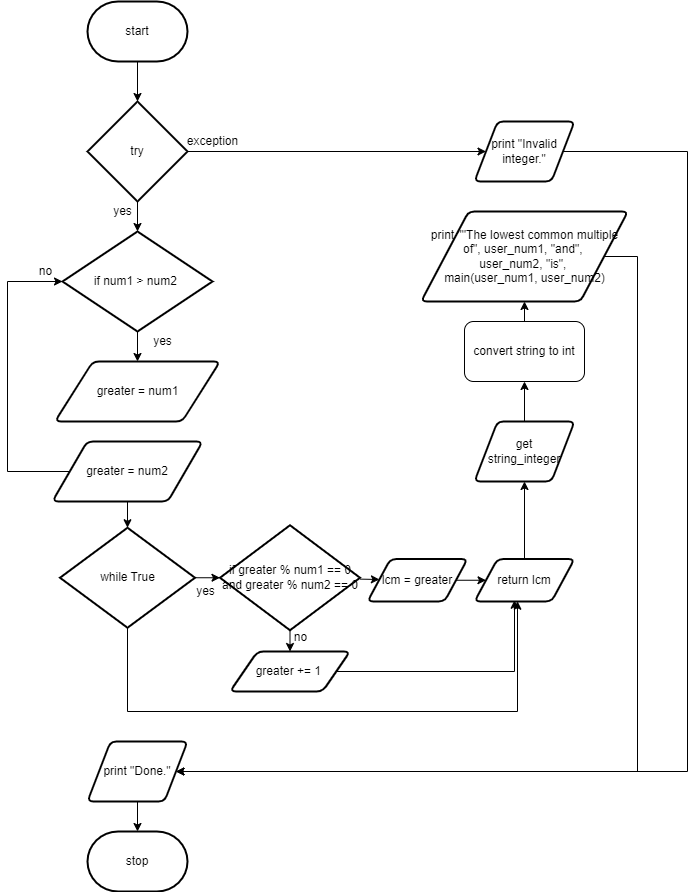
Above: design/flowchart.png in zaida-hammmel2108/ICS3U-Assignment-5-Python (draw.io), before the change. Source tidied: cells renumbered, new cells last; positions are measured from the earlier drawing's top-left corner, leaving out a move shared by most shapes.
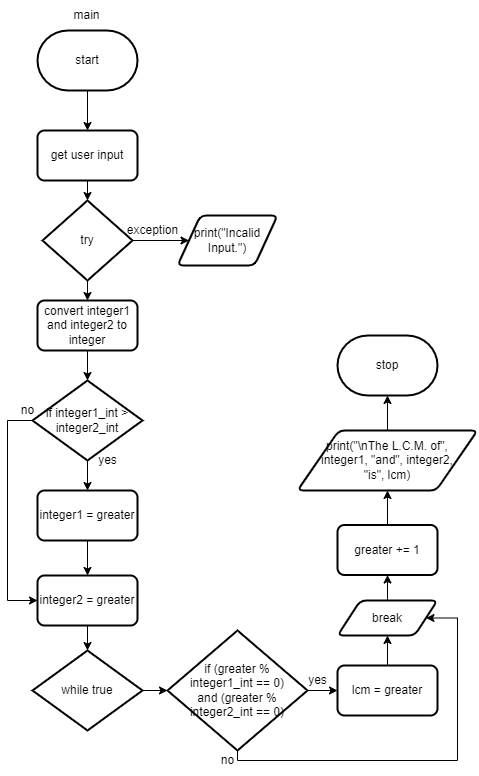
Above is the later version.

What changed in the source:
```diff
@@ -16,139 +16,125 @@
         <mxPoint x="255" y="440" as="targetPoint" />
       </mxGeometry>
     </mxCell>
-    <mxCell id="5" style="edgeStyle=orthogonalEdgeStyle;rounded=0;html=1;" parent="1" edge="1" source="6" target="11">
-      <mxGeometry relative="1" as="geometry" />
-    </mxCell>
-    <mxCell id="6" value="get &lt;br&gt;string_integer" style="shape=parallelogram;html=1;strokeWidth=2;perimeter=parallelogramPerimeter;whiteSpace=wrap;rounded=1;arcSize=12;size=0.23;" parent="1" vertex="1">
-      <mxGeometry x="467" y="420" width="100" height="60" as="geometry" />
-    </mxCell>
-    <mxCell id="7" style="edgeStyle=orthogonalEdgeStyle;rounded=0;html=1;" parent="1" edge="1" source="9" target="14">
-      <mxGeometry relative="1" as="geometry" />
-    </mxCell>
-    <mxCell id="8" style="edgeStyle=orthogonalEdgeStyle;rounded=0;html=1;entryX=0.5;entryY=0;entryDx=0;entryDy=0;entryPerimeter=0;" parent="1" edge="1" source="9" target="20">
-      <mxGeometry relative="1" as="geometry" />
-    </mxCell>
+    <mxCell id="43" style="edgeStyle=none;html=1;" parent="1" edge="1" source="44" target="9">
+      <mxGeometry relative="1" as="geometry" />
+    </mxCell>
+    <mxCell id="44" value="get user input" style="rounded=1;whiteSpace=wrap;html=1;absoluteArcSize=1;arcSize=14;strokeWidth=2;" parent="1" vertex="1">
+      <mxGeometry x="80" y="100" width="100" height="50" as="geometry" />
+    </mxCell>
+    <mxCell id="45" style="edgeStyle=none;html=1;" parent="1" edge="1" source="9" target="47">
+      <mxGeometry relative="1" as="geometry" />
+    </mxCell>
+    <mxCell id="46" style="edgeStyle=none;html=1;" parent="1" edge="1" source="9" target="49">
+      <mxGeometry relative="1" as="geometry" />
+    </mxCell>
     <mxCell id="9" value="try" style="strokeWidth=2;html=1;shape=mxgraph.flowchart.decision;whiteSpace=wrap;" parent="1" vertex="1">
-      <mxGeometry x="80" y="100" width="100" height="100" as="geometry" />
+      <mxGeometry x="85" y="170" width="90" height="80" as="geometry" />
     </mxCell>
-    <mxCell id="10" style="edgeStyle=orthogonalEdgeStyle;rounded=0;html=1;entryX=0.5;entryY=1;entryDx=0;entryDy=0;" parent="1" edge="1" source="11" target="40">
-      <mxGeometry relative="1" as="geometry" />
-    </mxCell>
-    <mxCell id="11" value="convert string to int" style="rounded=1;whiteSpace=wrap;html=1;" parent="1" vertex="1">
-      <mxGeometry x="457" y="320" width="120" height="60" as="geometry" />
-    </mxCell>
-    <mxCell id="12" value="yes" style="text;html=1;align=center;verticalAlign=middle;strokeColor=none;fillColor=none;" parent="1" vertex="1">
-      <mxGeometry x="100" y="200" width="30" height="20" as="geometry" />
-    </mxCell>
-    <mxCell id="13" style="edgeStyle=orthogonalEdgeStyle;rounded=0;html=1;entryX=1;entryY=0.5;entryDx=0;entryDy=0;" parent="1" edge="1" source="14" target="42">
-      <mxGeometry relative="1" as="geometry">
-        <Array as="points">
-          <mxPoint x="680" y="150" />
-          <mxPoint x="680" y="770" />
-        </Array>
-      </mxGeometry>
-    </mxCell>
-    <mxCell id="14" value="print &quot;Invalid integer.&quot;" style="shape=parallelogram;html=1;strokeWidth=2;perimeter=parallelogramPerimeter;whiteSpace=wrap;rounded=1;arcSize=12;size=0.23;" parent="1" vertex="1">
-      <mxGeometry x="467" y="120" width="100" height="60" as="geometry" />
-    </mxCell>
+    <mxCell id="47" value="print(&quot;Incalid Input.&quot;)" style="shape=parallelogram;html=1;strokeWidth=2;perimeter=parallelogramPerimeter;whiteSpace=wrap;rounded=1;arcSize=12;size=0.23;" parent="1" vertex="1">
+      <mxGeometry x="220" y="185" width="100" height="50" as="geometry" />
+    </mxCell>
     <mxCell id="15" value="exception" style="text;html=1;align=center;verticalAlign=middle;strokeColor=none;fillColor=none;" parent="1" vertex="1">
-      <mxGeometry x="170" y="130" width="70" height="20" as="geometry" />
+      <mxGeometry x="160" y="185" width="70" height="30" as="geometry" />
     </mxCell>
-    <mxCell id="16" style="edgeStyle=orthogonalEdgeStyle;html=1;entryX=0;entryY=0.5;entryDx=0;entryDy=0;rounded=0;entryPerimeter=0;" parent="1" edge="1" source="24" target="20">
-      <mxGeometry relative="1" as="geometry">
-        <Array as="points">
-          <mxPoint y="470" />
-          <mxPoint y="280" />
-        </Array>
-      </mxGeometry>
-    </mxCell>
-    <mxCell id="17" value="greater = num1" style="shape=parallelogram;html=1;strokeWidth=2;perimeter=parallelogramPerimeter;whiteSpace=wrap;rounded=1;arcSize=12;size=0.23;" parent="1" vertex="1">
-      <mxGeometry x="47.5" y="360" width="165" height="60" as="geometry" />
-    </mxCell>
-    <mxCell id="18" value="yes" style="text;html=1;align=center;verticalAlign=middle;strokeColor=none;fillColor=none;" parent="1" vertex="1">
-      <mxGeometry x="140" y="330" width="30" height="20" as="geometry" />
-    </mxCell>
-    <mxCell id="19" style="edgeStyle=none;html=1;" parent="1" edge="1" source="20" target="17">
-      <mxGeometry relative="1" as="geometry" />
-    </mxCell>
-    <mxCell id="20" value="if num1 &amp;gt; num2&amp;nbsp;" style="strokeWidth=2;html=1;shape=mxgraph.flowchart.decision;whiteSpace=wrap;" parent="1" vertex="1">
-      <mxGeometry x="55" y="230" width="150" height="100" as="geometry" />
-    </mxCell>
+    <mxCell id="48" style="edgeStyle=none;html=1;" parent="1" edge="1" source="49" target="52">
+      <mxGeometry relative="1" as="geometry" />
+    </mxCell>
+    <mxCell id="49" value="convert integer1 and integer2 to integer" style="rounded=1;whiteSpace=wrap;html=1;absoluteArcSize=1;arcSize=14;strokeWidth=2;" parent="1" vertex="1">
+      <mxGeometry x="80" y="270" width="100" height="50" as="geometry" />
+    </mxCell>
+    <mxCell id="50" style="edgeStyle=none;html=1;" parent="1" edge="1" source="52" target="56">
+      <mxGeometry relative="1" as="geometry" />
+    </mxCell>
+    <mxCell id="51" style="edgeStyle=orthogonalEdgeStyle;html=1;entryX=0;entryY=0.5;entryDx=0;entryDy=0;rounded=0;" parent="1" edge="1" source="52" target="54">
+      <mxGeometry relative="1" as="geometry">
+        <Array as="points">
+          <mxPoint x="50" y="390" />
+          <mxPoint x="50" y="570" />
+        </Array>
+      </mxGeometry>
+    </mxCell>
+    <mxCell id="52" value="if integer1_int &amp;gt; integer2_int" style="strokeWidth=2;html=1;shape=mxgraph.flowchart.decision;whiteSpace=wrap;" parent="1" vertex="1">
+      <mxGeometry x="75" y="350" width="110" height="80" as="geometry" />
+    </mxCell>
+    <mxCell id="53" style="edgeStyle=orthogonalEdgeStyle;rounded=0;html=1;entryX=0.5;entryY=0;entryDx=0;entryDy=0;entryPerimeter=0;" parent="1" edge="1" source="54" target="60">
+      <mxGeometry relative="1" as="geometry" />
+    </mxCell>
+    <mxCell id="54" value="integer2 = greater" style="rounded=1;whiteSpace=wrap;html=1;absoluteArcSize=1;arcSize=14;strokeWidth=2;" parent="1" vertex="1">
+      <mxGeometry x="80" y="545" width="100" height="50" as="geometry" />
+    </mxCell>
+    <mxCell id="55" style="edgeStyle=orthogonalEdgeStyle;rounded=0;html=1;entryX=0.5;entryY=0;entryDx=0;entryDy=0;" parent="1" edge="1" source="56" target="54">
+      <mxGeometry relative="1" as="geometry" />
+    </mxCell>
+    <mxCell id="56" value="integer1 = greater" style="rounded=1;whiteSpace=wrap;html=1;absoluteArcSize=1;arcSize=14;strokeWidth=2;" parent="1" vertex="1">
+      <mxGeometry x="80" y="460" width="100" height="50" as="geometry" />
+    </mxCell>
+    <mxCell id="57" value="yes" style="text;html=1;align=center;verticalAlign=middle;strokeColor=none;fillColor=none;" parent="1" vertex="1">
+      <mxGeometry x="130" y="415" width="40" height="30" as="geometry" />
+    </mxCell>
+    <mxCell id="58" value="no" style="text;html=1;align=center;verticalAlign=middle;strokeColor=none;fillColor=none;" parent="1" vertex="1">
+      <mxGeometry x="50" y="365" width="40" height="30" as="geometry" />
+    </mxCell>
+    <mxCell id="59" style="edgeStyle=orthogonalEdgeStyle;rounded=0;html=1;entryX=0;entryY=0.5;entryDx=0;entryDy=0;entryPerimeter=0;" parent="1" edge="1" source="60" target="64">
+      <mxGeometry relative="1" as="geometry" />
+    </mxCell>
+    <mxCell id="60" value="while true" style="strokeWidth=2;html=1;shape=mxgraph.flowchart.decision;whiteSpace=wrap;" parent="1" vertex="1">
+      <mxGeometry x="75" y="620" width="110" height="80" as="geometry" />
+    </mxCell>
+    <mxCell id="61" value="main" style="text;html=1;align=center;verticalAlign=middle;strokeColor=none;fillColor=none;" parent="1" vertex="1">
+      <mxGeometry x="104" y="-30" width="50" height="30" as="geometry" />
+    </mxCell>
+    <mxCell id="62" style="edgeStyle=orthogonalEdgeStyle;rounded=0;html=1;" parent="1" edge="1" source="64">
+      <mxGeometry relative="1" as="geometry">
+        <mxPoint x="380" y="660" as="targetPoint" />
+      </mxGeometry>
+    </mxCell>
+    <mxCell id="63" style="edgeStyle=orthogonalEdgeStyle;rounded=0;html=1;entryX=1;entryY=0.5;entryDx=0;entryDy=0;" parent="1" edge="1" source="64" target="68">
+      <mxGeometry relative="1" as="geometry">
+        <Array as="points">
+          <mxPoint x="280" y="730" />
+          <mxPoint x="500" y="730" />
+          <mxPoint x="500" y="588" />
+        </Array>
+      </mxGeometry>
+    </mxCell>
+    <mxCell id="64" value="if&amp;nbsp;(greater % &lt;br&gt;integer1_int == 0) &lt;br&gt;and (greater % integer2_int == 0)" style="strokeWidth=2;html=1;shape=mxgraph.flowchart.decision;whiteSpace=wrap;" parent="1" vertex="1">
+      <mxGeometry x="210" y="600" width="140" height="120" as="geometry" />
+    </mxCell>
+    <mxCell id="65" value="yes" style="text;html=1;align=center;verticalAlign=middle;strokeColor=none;fillColor=none;" parent="1" vertex="1">
+      <mxGeometry x="340" y="635" width="40" height="30" as="geometry" />
+    </mxCell>
+    <mxCell id="66" style="edgeStyle=orthogonalEdgeStyle;rounded=0;html=1;" parent="1" edge="1" source="36" target="68">
+      <mxGeometry relative="1" as="geometry" />
+    </mxCell>
+    <mxCell id="36" value="lcm = greater" style="rounded=1;whiteSpace=wrap;html=1;absoluteArcSize=1;arcSize=14;strokeWidth=2;" parent="1" vertex="1">
+      <mxGeometry x="380" y="635" width="100" height="50" as="geometry" />
+    </mxCell>
+    <mxCell id="67" style="edgeStyle=orthogonalEdgeStyle;rounded=0;html=1;" parent="1" edge="1" source="68" target="33">
+      <mxGeometry relative="1" as="geometry" />
+    </mxCell>
+    <mxCell id="68" value="break" style="shape=parallelogram;html=1;strokeWidth=2;perimeter=parallelogramPerimeter;whiteSpace=wrap;rounded=1;arcSize=12;size=0.23;" parent="1" vertex="1">
+      <mxGeometry x="380" y="570" width="100" height="35" as="geometry" />
+    </mxCell>
+    <mxCell id="69" value="no" style="text;html=1;align=center;verticalAlign=middle;strokeColor=none;fillColor=none;" parent="1" vertex="1">
+      <mxGeometry x="250" y="715" width="40" height="30" as="geometry" />
+    </mxCell>
+    <mxCell id="70" style="edgeStyle=orthogonalEdgeStyle;rounded=0;html=1;" parent="1" edge="1" source="33">
+      <mxGeometry relative="1" as="geometry">
+        <mxPoint x="430" y="460" as="targetPoint" />
+      </mxGeometry>
+    </mxCell>
+    <mxCell id="33" value="greater += 1" style="rounded=1;whiteSpace=wrap;html=1;absoluteArcSize=1;arcSize=14;strokeWidth=2;" parent="1" vertex="1">
+      <mxGeometry x="380" y="494.5" width="100" height="50" as="geometry" />
+    </mxCell>
+    <mxCell id="71" style="edgeStyle=orthogonalEdgeStyle;rounded=0;html=1;" parent="1" edge="1" source="72" target="21">
+      <mxGeometry relative="1" as="geometry" />
+    </mxCell>
+    <mxCell id="72" value="print(&quot;\nThe L.C.M. of&quot;, &lt;br&gt;integer1, &quot;and&quot;, integer2, &lt;br&gt;&quot;is&quot;, lcm)" style="shape=parallelogram;html=1;strokeWidth=2;perimeter=parallelogramPerimeter;whiteSpace=wrap;rounded=1;arcSize=12;size=0.23;" parent="1" vertex="1">
+      <mxGeometry x="340" y="400" width="180" height="60" as="geometry" />
+    </mxCell>
     <mxCell id="21" value="stop" style="strokeWidth=2;html=1;shape=mxgraph.flowchart.terminator;whiteSpace=wrap;" parent="1" vertex="1">
-      <mxGeometry x="80" y="830" width="100" height="60" as="geometry" />
+      <mxGeometry x="380" y="305" width="100" height="60" as="geometry" />
     </mxCell>
-    <mxCell id="22" value="no" style="text;html=1;align=center;verticalAlign=middle;strokeColor=none;fillColor=none;" parent="1" vertex="1">
-      <mxGeometry x="22.5" y="260" width="30" height="20" as="geometry" />
-    </mxCell>
-    <mxCell id="23" style="edgeStyle=orthogonalEdgeStyle;rounded=0;html=1;entryX=0.5;entryY=0;entryDx=0;entryDy=0;entryPerimeter=0;" parent="1" edge="1" source="24" target="27">
-      <mxGeometry relative="1" as="geometry" />
-    </mxCell>
-    <mxCell id="24" value="greater = num2" style="shape=parallelogram;html=1;strokeWidth=2;perimeter=parallelogramPerimeter;whiteSpace=wrap;rounded=1;arcSize=12;size=0.23;" parent="1" vertex="1">
-      <mxGeometry x="45" y="440" width="150" height="60" as="geometry" />
-    </mxCell>
-    <mxCell id="25" style="edgeStyle=none;html=1;entryX=0;entryY=0.5;entryDx=0;entryDy=0;entryPerimeter=0;" parent="1" edge="1" source="27" target="30">
-      <mxGeometry relative="1" as="geometry" />
-    </mxCell>
-    <mxCell id="26" style="edgeStyle=orthogonalEdgeStyle;rounded=0;html=1;entryX=0.43;entryY=0.994;entryDx=0;entryDy=0;entryPerimeter=0;" parent="1" edge="1" source="27" target="38">
-      <mxGeometry relative="1" as="geometry">
-        <Array as="points">
-          <mxPoint x="120" y="710" />
-          <mxPoint x="510" y="710" />
-        </Array>
-      </mxGeometry>
-    </mxCell>
-    <mxCell id="27" value="while True" style="strokeWidth=2;html=1;shape=mxgraph.flowchart.decision;whiteSpace=wrap;" parent="1" vertex="1">
-      <mxGeometry x="52.5" y="526.2" width="135" height="100" as="geometry" />
-    </mxCell>
-    <mxCell id="28" style="edgeStyle=none;html=1;entryX=0.5;entryY=0;entryDx=0;entryDy=0;" parent="1" edge="1" source="30" target="33">
-      <mxGeometry relative="1" as="geometry" />
-    </mxCell>
-    <mxCell id="29" style="edgeStyle=none;html=1;" parent="1" edge="1" source="30" target="36">
-      <mxGeometry relative="1" as="geometry" />
-    </mxCell>
-    <mxCell id="30" value="if&amp;nbsp;greater % num1 == 0 and greater % num2 == 0" style="strokeWidth=2;html=1;shape=mxgraph.flowchart.decision;whiteSpace=wrap;" parent="1" vertex="1">
-      <mxGeometry x="212.5" y="523.8" width="140" height="105" as="geometry" />
-    </mxCell>
-    <mxCell id="31" value="yes" style="text;html=1;align=center;verticalAlign=middle;strokeColor=none;fillColor=none;" parent="1" vertex="1">
-      <mxGeometry x="182.5" y="580" width="30" height="20" as="geometry" />
-    </mxCell>
-    <mxCell id="32" style="edgeStyle=orthogonalEdgeStyle;rounded=0;html=1;entryX=0.4;entryY=0.971;entryDx=0;entryDy=0;entryPerimeter=0;" parent="1" edge="1" source="33" target="38">
-      <mxGeometry relative="1" as="geometry" />
-    </mxCell>
-    <mxCell id="33" value="greater += 1&amp;nbsp;" style="shape=parallelogram;html=1;strokeWidth=2;perimeter=parallelogramPerimeter;whiteSpace=wrap;rounded=1;arcSize=12;size=0.23;" parent="1" vertex="1">
-      <mxGeometry x="222.5" y="650" width="120" height="40" as="geometry" />
-    </mxCell>
-    <mxCell id="34" value="no" style="text;html=1;align=center;verticalAlign=middle;strokeColor=none;fillColor=none;" parent="1" vertex="1">
-      <mxGeometry x="277.5" y="626.2" width="30" height="20" as="geometry" />
-    </mxCell>
-    <mxCell id="35" style="edgeStyle=none;html=1;entryX=0;entryY=0.5;entryDx=0;entryDy=0;" parent="1" edge="1" source="36" target="38">
-      <mxGeometry relative="1" as="geometry" />
-    </mxCell>
-    <mxCell id="36" value="lcm = greater" style="shape=parallelogram;html=1;strokeWidth=2;perimeter=parallelogramPerimeter;whiteSpace=wrap;rounded=1;arcSize=12;size=0.23;" parent="1" vertex="1">
-      <mxGeometry x="360" y="557.5" width="100" height="42.5" as="geometry" />
-    </mxCell>
-    <mxCell id="37" style="edgeStyle=orthogonalEdgeStyle;rounded=0;html=1;" parent="1" edge="1" source="38" target="6">
-      <mxGeometry relative="1" as="geometry" />
-    </mxCell>
-    <mxCell id="38" value="return lcm" style="shape=parallelogram;html=1;strokeWidth=2;perimeter=parallelogramPerimeter;whiteSpace=wrap;rounded=1;arcSize=12;size=0.23;" parent="1" vertex="1">
-      <mxGeometry x="467" y="557.5" width="100" height="42.5" as="geometry" />
-    </mxCell>
-    <mxCell id="39" style="edgeStyle=orthogonalEdgeStyle;rounded=0;html=1;entryX=1;entryY=0.5;entryDx=0;entryDy=0;exitX=1;exitY=0.5;exitDx=0;exitDy=0;" parent="1" edge="1" source="40" target="42">
-      <mxGeometry relative="1" as="geometry">
-        <Array as="points">
-          <mxPoint x="630" y="255" />
-          <mxPoint x="630" y="770" />
-        </Array>
-      </mxGeometry>
-    </mxCell>
-    <mxCell id="40" value="print &quot;&lt;span&gt;&quot;The lowest common multiple of&quot;,&amp;nbsp;&lt;/span&gt;&lt;span&gt;user_num1,&amp;nbsp;&lt;/span&gt;&lt;span&gt;&quot;and&quot;,&amp;nbsp;&lt;br&gt;&lt;/span&gt;&lt;span&gt;user_num2,&amp;nbsp;&lt;/span&gt;&lt;span&gt;&quot;is&quot;,&amp;nbsp;&lt;br&gt;&lt;/span&gt;&lt;span&gt;main(user_num1, user_num2)&lt;/span&gt;&lt;span&gt;&lt;br&gt;&lt;/span&gt;" style="shape=parallelogram;html=1;strokeWidth=2;perimeter=parallelogramPerimeter;whiteSpace=wrap;rounded=1;arcSize=12;size=0.23;" parent="1" vertex="1">
-      <mxGeometry x="413.5" y="210" width="207" height="90" as="geometry" />
-    </mxCell>
-    <mxCell id="41" style="edgeStyle=orthogonalEdgeStyle;rounded=0;html=1;entryX=0.5;entryY=0;entryDx=0;entryDy=0;entryPerimeter=0;" parent="1" edge="1" source="42" target="21">
-      <mxGeometry relative="1" as="geometry" />
-    </mxCell>
-    <mxCell id="42" value="print &quot;Done.&quot;" style="shape=parallelogram;html=1;strokeWidth=2;perimeter=parallelogramPerimeter;whiteSpace=wrap;rounded=1;arcSize=12;size=0.23;" parent="1" vertex="1">
-      <mxGeometry x="80" y="740" width="100" height="60" as="geometry" />
-    </mxCell>
   </root>
 </mxGraphModel>
```
